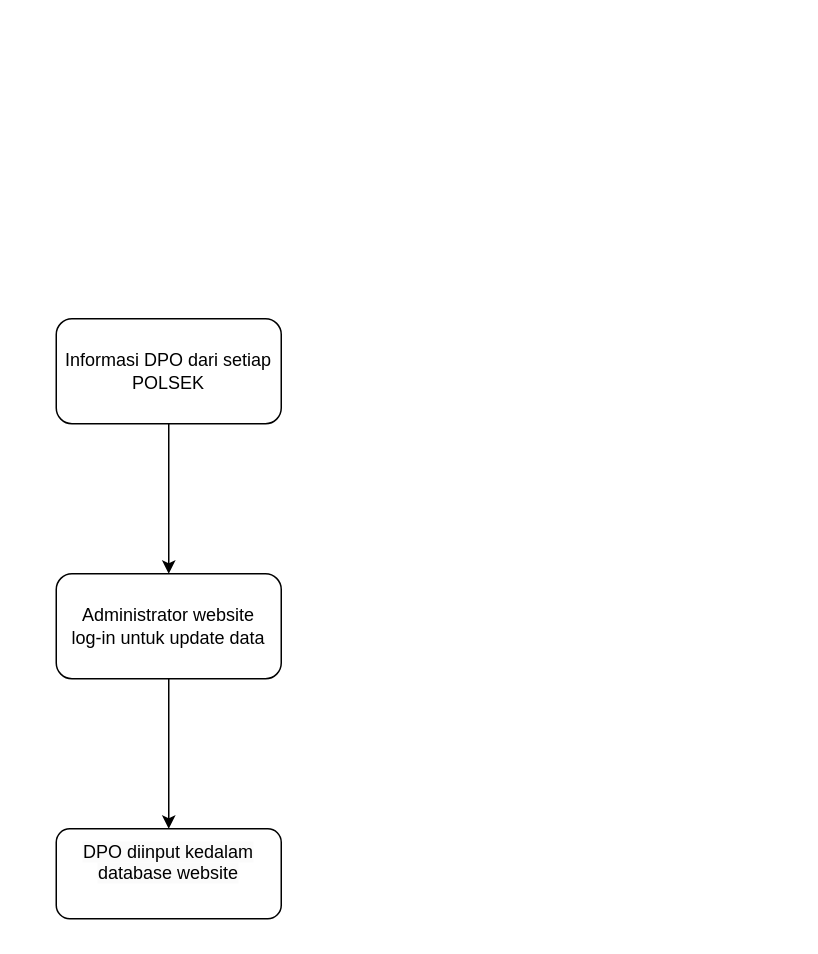
Earlier version of the draw.io diagram Final_flow.drawio (Irvanray21/final_project). Source tidied: cells renumbered, new cells numbered last; positions are measured from the earlier drawing's top-left corner, leaving out a move shared by most shapes. Both pictures are drawn from the tidied source at 150%, with x=0, y=0 at pixel (56, 318).
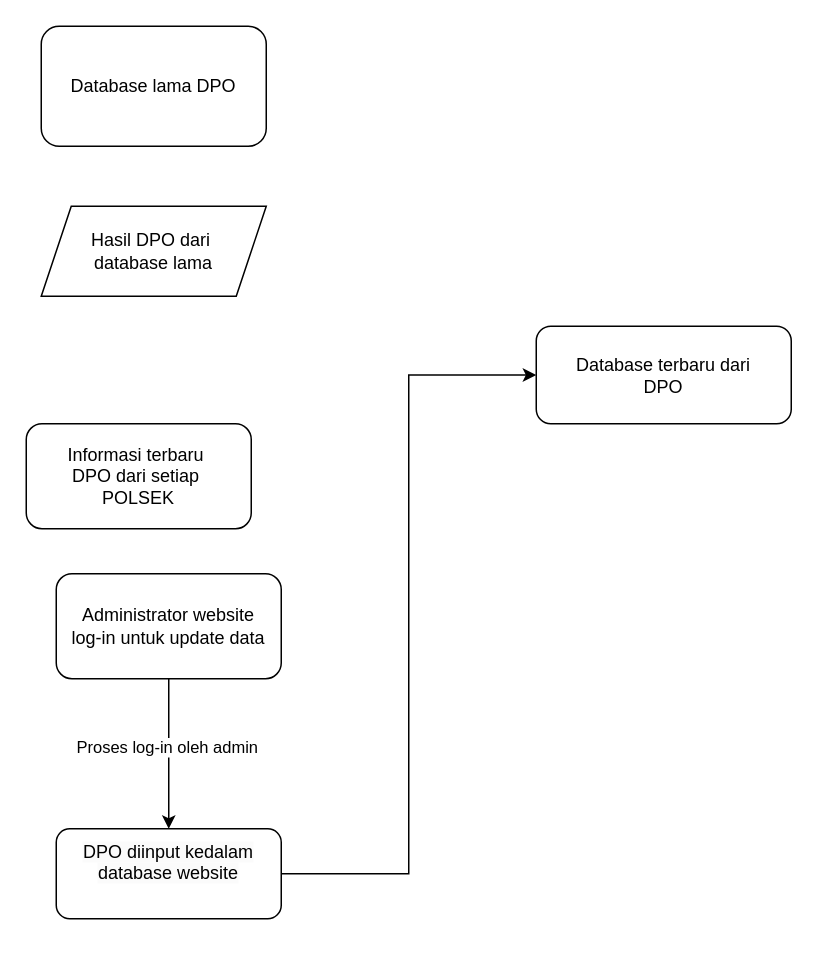
The same page after the edit.

What changed in the source:
```diff
@@
 <mxGraphModel>
   <root>
     <mxCell id="0" />
     <mxCell id="1" parent="0" />
-    <mxCell id="2" style="edgeStyle=orthogonalEdgeStyle;rounded=0;jettySize=auto;html=1;entryX=0.5;entryY=0;entryDx=0;entryDy=0;" parent="1" edge="1" source="3" target="5">
-      <mxGeometry relative="1" as="geometry" />
-    </mxCell>
-    <mxCell id="3" value="Informasi DPO dari setiap POLSEK" style="rounded=1;whiteSpace=wrap;html=1;" parent="1" vertex="1">
-      <mxGeometry width="150" height="70" as="geometry" />
+    <mxCell id="3" value="Informasi terbaru&amp;nbsp;&lt;div&gt;DPO dari setiap&amp;nbsp;&lt;/div&gt;&lt;div&gt;POLSEK&lt;/div&gt;" style="rounded=1;whiteSpace=wrap;html=1;" parent="1" vertex="1">
+      <mxGeometry x="-20" y="70" width="150" height="70" as="geometry" />
     </mxCell>
     <mxCell id="4" style="edgeStyle=orthogonalEdgeStyle;rounded=0;jettySize=auto;html=1;entryX=0.5;entryY=0;entryDx=0;entryDy=0;" parent="1" edge="1" source="5" target="6">
       <mxGeometry relative="1" as="geometry" />
     </mxCell>
+    <mxCell id="7" value="Proses log-in oleh admin" style="edgeLabel;html=1;align=center;verticalAlign=middle;" parent="4" vertex="1">
+      <mxGeometry x="-0.1" y="-2" relative="1" as="geometry" />
+    </mxCell>
     <mxCell id="5" value="Administrator website&lt;div&gt;log-in untuk update data&lt;/div&gt;" style="rounded=1;whiteSpace=wrap;html=1;" parent="1" vertex="1">
       <mxGeometry y="170" width="150" height="70" as="geometry" />
     </mxCell>
+    <mxCell id="8" style="edgeStyle=orthogonalEdgeStyle;rounded=0;jettySize=auto;html=1;entryX=0;entryY=0.5;entryDx=0;entryDy=0;" parent="1" edge="1" source="6" target="9">
+      <mxGeometry relative="1" as="geometry" />
+    </mxCell>
     <mxCell id="6" value="&#10;&lt;span style=&quot;color: rgb(0, 0, 0); font-family: Helvetica; font-size: 12px; font-style: normal; font-variant-ligatures: normal; font-variant-caps: normal; font-weight: 400; letter-spacing: normal; orphans: 2; text-align: center; text-indent: 0px; text-transform: none; widows: 2; word-spacing: 0px; -webkit-text-stroke-width: 0px; white-space: normal; background-color: rgb(251, 251, 251); text-decoration-thickness: initial; text-decoration-style: initial; text-decoration-color: initial; display: inline !important; float: none;&quot;&gt;DPO diinput kedalam database website&lt;/span&gt;&#10;&#10;" style="rounded=1;whiteSpace=wrap;html=1;" parent="1" vertex="1">
       <mxGeometry y="340" width="150" height="60" as="geometry" />
     </mxCell>
+    <mxCell id="9" value="Database terbaru dari&lt;div&gt;DPO&lt;/div&gt;" style="rounded=1;whiteSpace=wrap;html=1;" parent="1" vertex="1">
+      <mxGeometry x="320" y="5" width="170" height="65" as="geometry" />
+    </mxCell>
+    <mxCell id="10" value="Database lama DPO" style="rounded=1;whiteSpace=wrap;html=1;" parent="1" vertex="1">
+      <mxGeometry x="-10" y="-195" width="150" height="80" as="geometry" />
+    </mxCell>
+    <mxCell id="11" value="Hasil DPO dari&amp;nbsp;&lt;div&gt;database lama&lt;/div&gt;" style="shape=parallelogram;perimeter=parallelogramPerimeter;whiteSpace=wrap;html=1;fixedSize=1;" parent="1" vertex="1">
+      <mxGeometry x="-10" y="-75" width="150" height="60" as="geometry" />
+    </mxCell>
   </root>
 </mxGraphModel>
```
